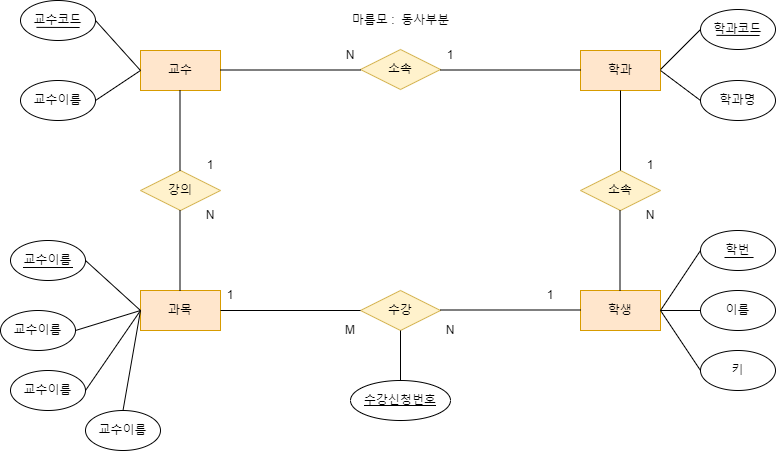
Above: 학사관리시스템.drawio.png in leeseungun1/diagram (draw.io), before the change. Source tidied: cells renumbered, new cells last; positions are measured from the earlier drawing's top-left corner, leaving out a move shared by most shapes.
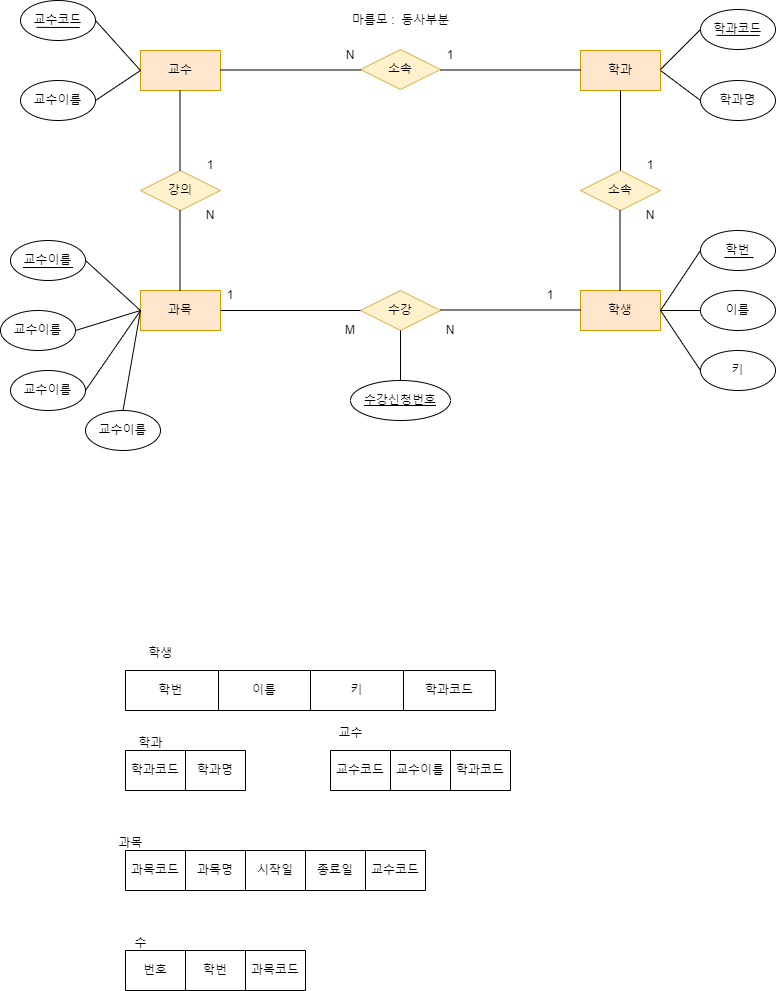
The same file after the commit.

Commit message:
학사관리시스템.drawio.png 업데이트

What changed in the source:
```diff
@@ -215,5 +215,101 @@
     <mxCell id="56" style="endArrow=none;html=1;rounded=0;exitX=0.5;exitY=1;exitDx=0;exitDy=0;entryX=0.5;entryY=0;entryDx=0;entryDy=0;" parent="1" edge="1" source="7" target="55">
       <mxGeometry relative="1" as="geometry" />
     </mxCell>
+    <mxCell id="57" style="shape=table;startSize=0;" parent="1" vertex="1">
+      <mxGeometry x="125" y="670" width="370" height="40" as="geometry" />
+    </mxCell>
+    <mxCell id="58" style="shape=tableRow;horizontal=0;startSize=0;swimlaneHead=0;swimlaneBody=0;strokeColor=inherit;top=0;left=0;bottom=0;right=0;fillColor=none;" parent="57" vertex="1">
+      <mxGeometry width="370" height="40" as="geometry" />
+    </mxCell>
+    <mxCell id="59" value="학번&lt;span style=&quot;white-space: pre;&quot;&gt;&#9;&lt;/span&gt;" style="shape=partialRectangle;html=1;whiteSpace=wrap;strokeColor=inherit;overflow=hidden;fillColor=none;top=0;left=0;bottom=0;right=0;" parent="58" vertex="1">
+      <mxGeometry width="93" height="40" as="geometry" />
+    </mxCell>
+    <mxCell id="60" value="이름" style="shape=partialRectangle;html=1;whiteSpace=wrap;strokeColor=inherit;overflow=hidden;fillColor=none;top=0;left=0;bottom=0;right=0;" parent="58" vertex="1">
+      <mxGeometry x="93" width="92" height="40" as="geometry" />
+    </mxCell>
+    <mxCell id="61" value="키" style="shape=partialRectangle;html=1;whiteSpace=wrap;strokeColor=inherit;overflow=hidden;fillColor=none;top=0;left=0;bottom=0;right=0;" parent="58" vertex="1">
+      <mxGeometry x="185" width="93" height="40" as="geometry" />
+    </mxCell>
+    <mxCell id="62" value="학과코드" style="shape=partialRectangle;html=1;whiteSpace=wrap;strokeColor=inherit;overflow=hidden;fillColor=none;top=0;left=0;bottom=0;right=0;" parent="58" vertex="1">
+      <mxGeometry x="278" width="92" height="40" as="geometry" />
+    </mxCell>
+    <mxCell id="63" style="shape=table;startSize=0;" parent="1" vertex="1">
+      <mxGeometry x="125" y="750" width="120" height="40" as="geometry" />
+    </mxCell>
+    <mxCell id="64" style="shape=tableRow;horizontal=0;startSize=0;swimlaneHead=0;swimlaneBody=0;strokeColor=inherit;top=0;left=0;bottom=0;right=0;fillColor=none;" parent="63" vertex="1">
+      <mxGeometry width="120" height="40" as="geometry" />
+    </mxCell>
+    <mxCell id="65" value="학과코드" style="shape=partialRectangle;html=1;whiteSpace=wrap;strokeColor=inherit;overflow=hidden;fillColor=none;top=0;left=0;bottom=0;right=0;" parent="64" vertex="1">
+      <mxGeometry width="60" height="40" as="geometry" />
+    </mxCell>
+    <mxCell id="66" value="학과명" style="shape=partialRectangle;html=1;whiteSpace=wrap;strokeColor=inherit;overflow=hidden;fillColor=none;top=0;left=0;bottom=0;right=0;" parent="64" vertex="1">
+      <mxGeometry x="60" width="60" height="40" as="geometry" />
+    </mxCell>
+    <mxCell id="67" style="shape=table;startSize=0;" parent="1" vertex="1">
+      <mxGeometry x="330" y="750" width="180" height="40" as="geometry" />
+    </mxCell>
+    <mxCell id="68" style="shape=tableRow;horizontal=0;startSize=0;swimlaneHead=0;swimlaneBody=0;strokeColor=inherit;top=0;left=0;bottom=0;right=0;fillColor=none;" parent="67" vertex="1">
+      <mxGeometry width="180" height="40" as="geometry" />
+    </mxCell>
+    <mxCell id="69" value="교수코드" style="shape=partialRectangle;html=1;whiteSpace=wrap;strokeColor=inherit;overflow=hidden;fillColor=none;top=0;left=0;bottom=0;right=0;" parent="68" vertex="1">
+      <mxGeometry width="60" height="40" as="geometry" />
+    </mxCell>
+    <mxCell id="70" value="교수이름" style="shape=partialRectangle;html=1;whiteSpace=wrap;strokeColor=inherit;overflow=hidden;fillColor=none;top=0;left=0;bottom=0;right=0;" parent="68" vertex="1">
+      <mxGeometry x="60" width="60" height="40" as="geometry" />
+    </mxCell>
+    <mxCell id="71" value="학과코드" style="shape=partialRectangle;html=1;whiteSpace=wrap;strokeColor=inherit;overflow=hidden;fillColor=none;top=0;left=0;bottom=0;right=0;" parent="68" vertex="1">
+      <mxGeometry x="120" width="60" height="40" as="geometry" />
+    </mxCell>
+    <mxCell id="72" style="shape=table;startSize=0;" parent="1" vertex="1">
+      <mxGeometry x="125" y="850" width="300" height="40" as="geometry" />
+    </mxCell>
+    <mxCell id="73" style="shape=tableRow;horizontal=0;startSize=0;swimlaneHead=0;swimlaneBody=0;strokeColor=inherit;top=0;left=0;bottom=0;right=0;fillColor=none;" parent="72" vertex="1">
+      <mxGeometry width="300" height="40" as="geometry" />
+    </mxCell>
+    <mxCell id="74" value="과목코드" style="shape=partialRectangle;html=1;whiteSpace=wrap;strokeColor=inherit;overflow=hidden;fillColor=none;top=0;left=0;bottom=0;right=0;" parent="73" vertex="1">
+      <mxGeometry width="60" height="40" as="geometry" />
+    </mxCell>
+    <mxCell id="75" value="과목명" style="shape=partialRectangle;html=1;whiteSpace=wrap;strokeColor=inherit;overflow=hidden;fillColor=none;top=0;left=0;bottom=0;right=0;" parent="73" vertex="1">
+      <mxGeometry x="60" width="60" height="40" as="geometry" />
+    </mxCell>
+    <mxCell id="76" value="시작일" style="shape=partialRectangle;html=1;whiteSpace=wrap;strokeColor=inherit;overflow=hidden;fillColor=none;top=0;left=0;bottom=0;right=0;" parent="73" vertex="1">
+      <mxGeometry x="120" width="60" height="40" as="geometry" />
+    </mxCell>
+    <mxCell id="77" value="종료일" style="shape=partialRectangle;html=1;whiteSpace=wrap;strokeColor=inherit;overflow=hidden;fillColor=none;top=0;left=0;bottom=0;right=0;" parent="73" vertex="1">
+      <mxGeometry x="180" width="60" height="40" as="geometry" />
+    </mxCell>
+    <mxCell id="78" value="교수코드" style="shape=partialRectangle;html=1;whiteSpace=wrap;strokeColor=inherit;overflow=hidden;fillColor=none;top=0;left=0;bottom=0;right=0;" parent="73" vertex="1">
+      <mxGeometry x="240" width="60" height="40" as="geometry" />
+    </mxCell>
+    <mxCell id="79" style="shape=table;startSize=0;" parent="1" vertex="1">
+      <mxGeometry x="125" y="950" width="180" height="40" as="geometry" />
+    </mxCell>
+    <mxCell id="80" style="shape=tableRow;horizontal=0;startSize=0;swimlaneHead=0;swimlaneBody=0;strokeColor=inherit;top=0;left=0;bottom=0;right=0;fillColor=none;" parent="79" vertex="1">
+      <mxGeometry width="180" height="40" as="geometry" />
+    </mxCell>
+    <mxCell id="81" value="번호" style="shape=partialRectangle;html=1;whiteSpace=wrap;strokeColor=inherit;overflow=hidden;fillColor=none;top=0;left=0;bottom=0;right=0;" parent="80" vertex="1">
+      <mxGeometry width="60" height="40" as="geometry" />
+    </mxCell>
+    <mxCell id="82" value="학번" style="shape=partialRectangle;html=1;whiteSpace=wrap;strokeColor=inherit;overflow=hidden;fillColor=none;top=0;left=0;bottom=0;right=0;" parent="80" vertex="1">
+      <mxGeometry x="60" width="60" height="40" as="geometry" />
+    </mxCell>
+    <mxCell id="83" value="과목코드" style="shape=partialRectangle;html=1;whiteSpace=wrap;strokeColor=inherit;overflow=hidden;fillColor=none;top=0;left=0;bottom=0;right=0;" parent="80" vertex="1">
+      <mxGeometry x="120" width="60" height="40" as="geometry" />
+    </mxCell>
+    <mxCell id="84" value="학생" style="text;html=1;align=center;verticalAlign=middle;strokeColor=none;fillColor=none;" parent="1" vertex="1">
+      <mxGeometry x="135" y="638" width="50" height="30" as="geometry" />
+    </mxCell>
+    <mxCell id="85" value="학과" style="text;html=1;align=center;verticalAlign=middle;strokeColor=none;fillColor=none;" parent="1" vertex="1">
+      <mxGeometry x="125" y="728" width="50" height="30" as="geometry" />
+    </mxCell>
+    <mxCell id="86" value="교수" style="text;html=1;align=center;verticalAlign=middle;strokeColor=none;fillColor=none;" parent="1" vertex="1">
+      <mxGeometry x="325" y="718" width="50" height="30" as="geometry" />
+    </mxCell>
+    <mxCell id="87" value="과목" style="text;html=1;align=center;verticalAlign=middle;strokeColor=none;fillColor=none;" parent="1" vertex="1">
+      <mxGeometry x="105" y="828" width="50" height="30" as="geometry" />
+    </mxCell>
+    <mxCell id="88" value="수" style="text;html=1;align=center;verticalAlign=middle;strokeColor=none;fillColor=none;" parent="1" vertex="1">
+      <mxGeometry x="120" y="928" width="40" height="30" as="geometry" />
+    </mxCell>
   </root>
 </mxGraphModel>
```
